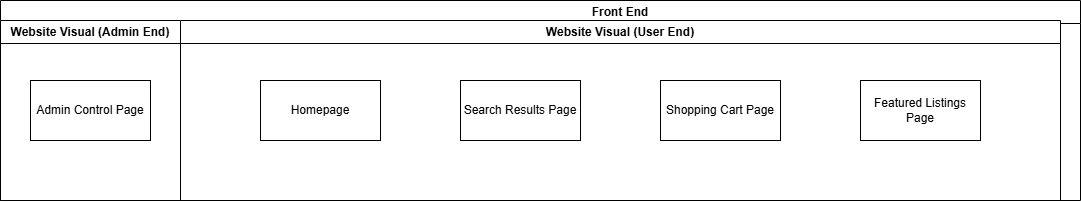
Earlier version of the draw.io export Use Case Diagrams/Architecture_Diagram/Architecture_Diagram.drawio.png (gavinbarry60/group8). Source tidied: cells renumbered, new cells last; positions are measured from the earlier drawing's top-left corner, leaving out a move shared by most shapes.
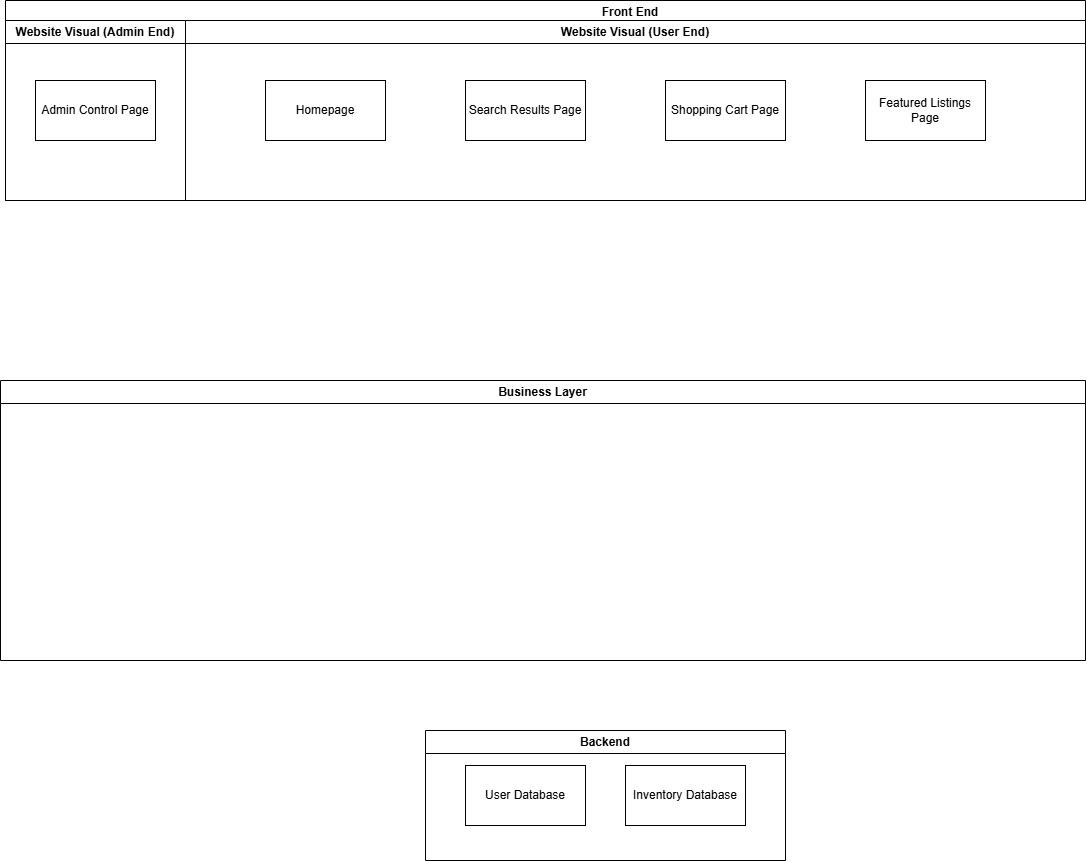
Later version of the same file.

What changed in the source:
```diff
@@ -2,7 +2,7 @@
   <root>
     <mxCell id="0" />
     <mxCell id="1" parent="0" />
-    <mxCell id="2" value="&lt;span style=&quot;white-space: pre;&quot;&gt;&#9;&lt;/span&gt;&lt;span style=&quot;white-space: pre;&quot;&gt;&#9;&lt;/span&gt;&lt;span style=&quot;white-space: pre;&quot;&gt;&#9;&lt;/span&gt;&lt;span style=&quot;white-space: pre;&quot;&gt;&#9;&lt;/span&gt;&lt;span style=&quot;white-space: pre;&quot;&gt;&#9;&lt;/span&gt;&lt;span style=&quot;white-space: pre;&quot;&gt;&#9;&lt;/span&gt;Front End" style="swimlane;whiteSpace=wrap;html=1;" parent="1" vertex="1">
+    <mxCell id="2" value="&lt;span style=&quot;white-space: pre;&quot;&gt;&#9;&lt;/span&gt;&lt;span style=&quot;white-space: pre;&quot;&gt;&#9;&lt;/span&gt;&lt;span style=&quot;white-space: pre;&quot;&gt;&#9;&lt;/span&gt;&lt;span style=&quot;white-space: pre;&quot;&gt;&#9;&lt;/span&gt;&lt;span style=&quot;white-space: pre;&quot;&gt;&#9;&lt;/span&gt;&lt;span style=&quot;white-space: pre;&quot;&gt;&#9;&lt;/span&gt;&amp;nbsp; &amp;nbsp;Front End" style="swimlane;whiteSpace=wrap;html=1;" parent="1" vertex="1">
       <mxGeometry width="1080" height="200" as="geometry" />
     </mxCell>
     <mxCell id="3" value="Website Visual (Admin End)" style="swimlane;whiteSpace=wrap;html=1;" parent="2" vertex="1">
@@ -12,7 +12,7 @@
       <mxGeometry x="30" y="60" width="120" height="60" as="geometry" />
     </mxCell>
     <mxCell id="5" value="Website Visual (User End)" style="swimlane;whiteSpace=wrap;html=1;" parent="1" vertex="1">
-      <mxGeometry x="180" y="20" width="880" height="180" as="geometry" />
+      <mxGeometry x="180" y="20" width="900" height="180" as="geometry" />
     </mxCell>
     <mxCell id="6" value="Homepage" style="rounded=0;whiteSpace=wrap;html=1;" parent="5" vertex="1">
       <mxGeometry x="80" y="60" width="120" height="60" as="geometry" />
@@ -26,5 +26,17 @@
     <mxCell id="9" value="Featured Listings Page" style="rounded=0;whiteSpace=wrap;html=1;" parent="5" vertex="1">
       <mxGeometry x="680" y="60" width="120" height="60" as="geometry" />
     </mxCell>
+    <mxCell id="10" value="Business Layer" style="swimlane;whiteSpace=wrap;html=1;" parent="1" vertex="1">
+      <mxGeometry x="-5" y="380" width="1085" height="280" as="geometry" />
+    </mxCell>
+    <mxCell id="11" value="Backend" style="swimlane;whiteSpace=wrap;html=1;" parent="1" vertex="1">
+      <mxGeometry x="420" y="730" width="360" height="130" as="geometry" />
+    </mxCell>
+    <mxCell id="12" value="User Database" style="rounded=0;whiteSpace=wrap;html=1;" parent="11" vertex="1">
+      <mxGeometry x="40" y="35" width="120" height="60" as="geometry" />
+    </mxCell>
+    <mxCell id="13" value="Inventory Database" style="rounded=0;whiteSpace=wrap;html=1;" parent="11" vertex="1">
+      <mxGeometry x="200" y="35" width="120" height="60" as="geometry" />
+    </mxCell>
   </root>
 </mxGraphModel>
```
